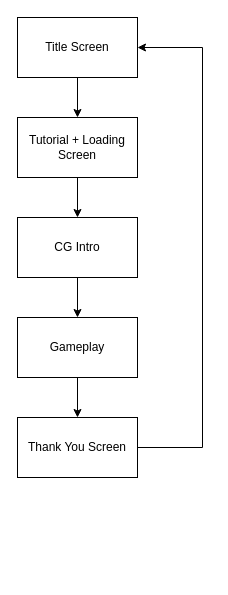
Earlier version of the draw.io diagram Flowcharts/Game Overview.drawio (SenHayato/GKM-Mecha-Project). Source tidied: cells renumbered, new cells numbered last; positions are measured from the earlier drawing's top-left corner, leaving out a move shared by most shapes. Both pictures are drawn from the tidied source at 100%, with x=0, y=0 at pixel (17, 17).
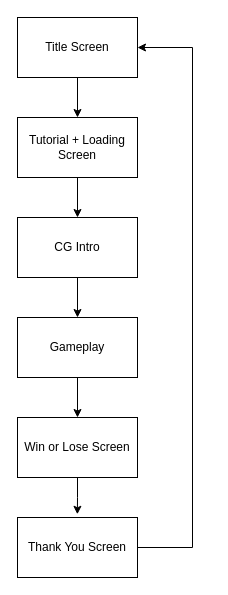
The same diagram, later.

Diff of the diagram source:
```diff
@@
 <mxGraphModel>
   <root>
     <mxCell id="0" />
     <mxCell id="1" parent="0" />
     <mxCell id="2" style="edgeStyle=orthogonalEdgeStyle;rounded=0;jettySize=auto;html=1;entryX=0.5;entryY=0;entryDx=0;entryDy=0;" parent="1" edge="1" source="3" target="5">
       <mxGeometry relative="1" as="geometry" />
     </mxCell>
     <mxCell id="3" value="Title Screen" style="rounded=0;whiteSpace=wrap;html=1;" parent="1" vertex="1">
       <mxGeometry width="120" height="60" as="geometry" />
     </mxCell>
     <mxCell id="4" style="edgeStyle=orthogonalEdgeStyle;rounded=0;jettySize=auto;html=1;entryX=0.5;entryY=0;entryDx=0;entryDy=0;" parent="1" edge="1" source="5" target="7">
       <mxGeometry relative="1" as="geometry" />
     </mxCell>
     <mxCell id="5" value="Tutorial + Loading Screen" style="rounded=0;whiteSpace=wrap;html=1;" parent="1" vertex="1">
       <mxGeometry y="100" width="120" height="60" as="geometry" />
     </mxCell>
     <mxCell id="6" style="edgeStyle=orthogonalEdgeStyle;rounded=0;jettySize=auto;html=1;entryX=0.5;entryY=0;entryDx=0;entryDy=0;" parent="1" edge="1" source="7" target="9">
       <mxGeometry relative="1" as="geometry" />
     </mxCell>
     <mxCell id="7" value="CG Intro" style="rounded=0;whiteSpace=wrap;html=1;" parent="1" vertex="1">
       <mxGeometry y="200" width="120" height="60" as="geometry" />
     </mxCell>
     <mxCell id="8" style="edgeStyle=orthogonalEdgeStyle;rounded=0;jettySize=auto;html=1;entryX=0.5;entryY=0;entryDx=0;entryDy=0;" parent="1" edge="1" source="9" target="11">
       <mxGeometry relative="1" as="geometry" />
     </mxCell>
     <mxCell id="9" value="Gameplay" style="rounded=0;whiteSpace=wrap;html=1;" parent="1" vertex="1">
       <mxGeometry y="300" width="120" height="60" as="geometry" />
     </mxCell>
-    <mxCell id="10" style="edgeStyle=orthogonalEdgeStyle;rounded=0;jettySize=auto;html=1;entryX=1;entryY=0.5;entryDx=0;entryDy=0;" parent="1" edge="1" source="11" target="3">
-      <mxGeometry relative="1" as="geometry">
-        <Array as="points">
-          <mxPoint x="185" y="430" />
-          <mxPoint x="185" y="30" />
-        </Array>
-      </mxGeometry>
-    </mxCell>
-    <mxCell id="11" value="Thank You Screen" style="rounded=0;whiteSpace=wrap;html=1;" parent="1" vertex="1">
+    <mxCell id="11" value="Win or Lose Screen" style="rounded=0;whiteSpace=wrap;html=1;" parent="1" vertex="1">
       <mxGeometry y="400" width="120" height="60" as="geometry" />
     </mxCell>
+    <mxCell id="12" style="edgeStyle=orthogonalEdgeStyle;rounded=0;jettySize=auto;html=1;entryX=1;entryY=0.5;entryDx=0;entryDy=0;" parent="1" edge="1" source="13" target="3">
+      <mxGeometry relative="1" as="geometry">
+        <Array as="points">
+          <mxPoint x="175" y="530" />
+          <mxPoint x="175" y="30" />
+        </Array>
+      </mxGeometry>
+    </mxCell>
+    <mxCell id="13" value="Thank You Screen" style="rounded=0;whiteSpace=wrap;html=1;" parent="1" vertex="1">
+      <mxGeometry y="500" width="120" height="60" as="geometry" />
+    </mxCell>
+    <mxCell id="14" style="edgeStyle=orthogonalEdgeStyle;rounded=0;jettySize=auto;html=1;entryX=0.499;entryY=-0.054;entryDx=0;entryDy=0;entryPerimeter=0;" parent="1" edge="1" source="11" target="13">
+      <mxGeometry relative="1" as="geometry" />
+    </mxCell>
   </root>
 </mxGraphModel>
```
